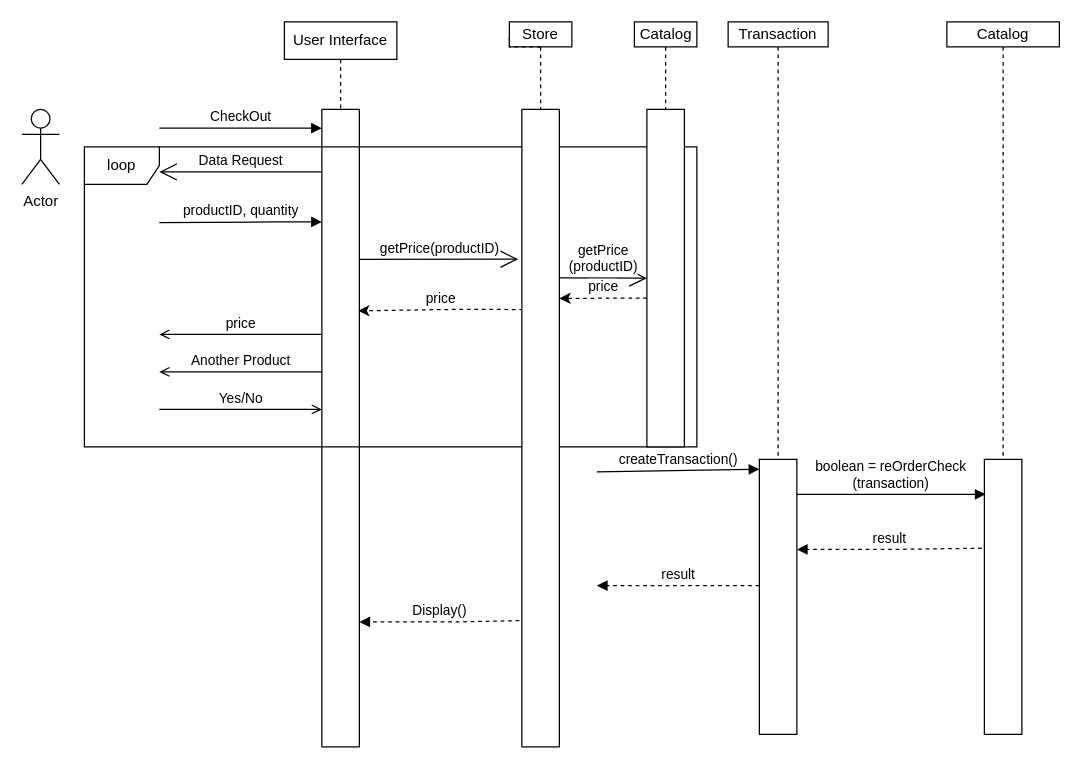
This is Doc/Sequence Diagrams/Diagram 4.drawio from vinnyyo/GroupProject1, a draw.io file, before an edit. Source tidied: cells renumbered, new cells numbered last; positions are measured from the earlier drawing's top-left corner, leaving out a move shared by most shapes. Both pictures are drawn from the tidied source at 125%, with x=0, y=0 at pixel (21, 21).
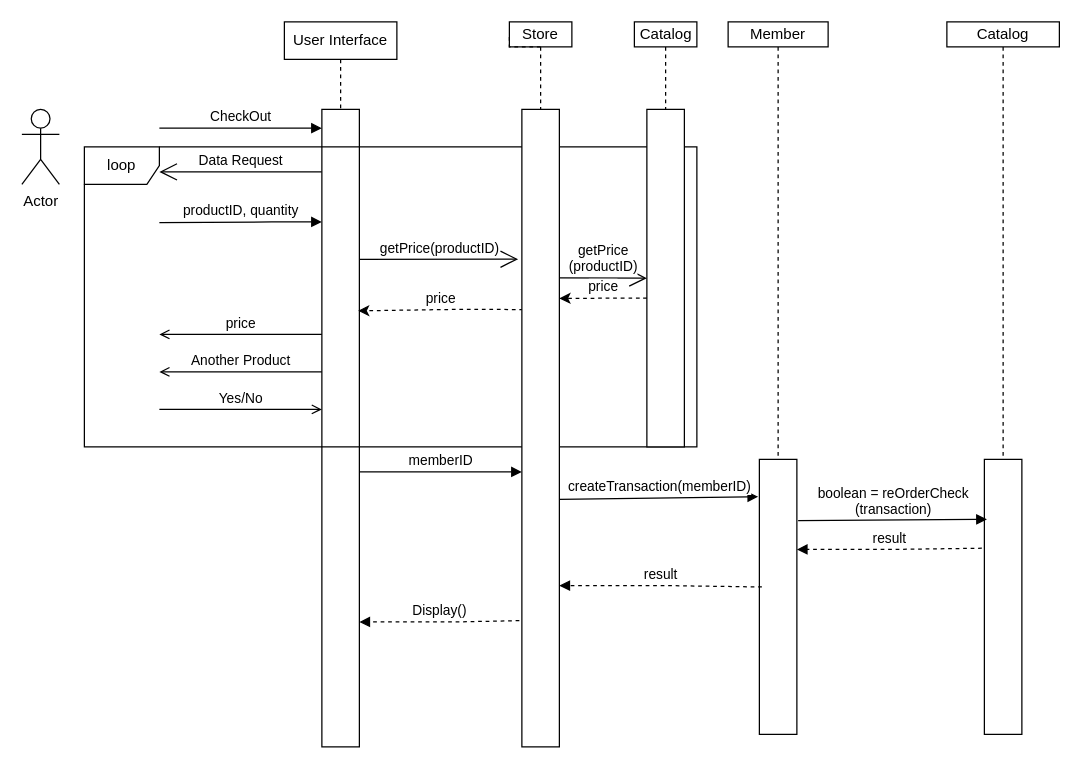
After the change.

Unchanged cells that the change refers to:
```xml
<mxCell id="20" style="rounded=0;whiteSpace=wrap;html=1;" parent="1" vertex="1">
  <mxGeometry x="590" y="350" width="30" height="220" as="geometry" />
</mxCell>
<mxCell id="24" style="rounded=0;whiteSpace=wrap;html=1;strokeWidth=1;gradientColor=none;" parent="1" vertex="1">
  <mxGeometry x="770" y="350" width="30" height="220" as="geometry" />
</mxCell>
```

The edit, as a diff of the source:
```diff
@@
-    <mxCell id="9" value="Transaction" style="rounded=0;whiteSpace=wrap;html=1;" parent="1" vertex="1">
+    <mxCell id="9" value="Member" style="rounded=0;whiteSpace=wrap;html=1;" parent="1" vertex="1">
       <mxGeometry x="565" width="80" height="20" as="geometry" />
     </mxCell>
@@
-    <mxCell id="19" value="createTransaction()" style="html=1;verticalAlign=bottom;startArrow=none;endArrow=block;startSize=8;startFill=0;entryX=0;entryY=0.036;entryDx=0;entryDy=0;entryPerimeter=0;" parent="1" edge="1" target="20">
+    <mxCell id="19" value="createTransaction(memberID)" style="html=1;verticalAlign=bottom;startArrow=none;endArrow=block;startSize=8;startFill=0;entryX=-0.033;entryY=0.136;entryDx=0;entryDy=0;entryPerimeter=0;" parent="1" edge="1" target="20">
       <mxGeometry relative="1" as="geometry">
-        <mxPoint x="460" y="360" as="sourcePoint" />
+        <mxPoint x="430" y="382" as="sourcePoint" />
         <Array as="points">
-          <mxPoint x="460" y="360" />
+          <mxPoint x="430" y="382" />
         </Array>
       </mxGeometry>
     </mxCell>
@@
-    <mxCell id="25" value="boolean = reOrderCheck&lt;br&gt;(transaction)" style="html=1;verticalAlign=bottom;startArrow=none;endArrow=block;startSize=8;startFill=0;entryX=0.033;entryY=0.127;entryDx=0;entryDy=0;entryPerimeter=0;" parent="1" edge="1" target="24">
-      <mxGeometry relative="1" as="geometry">
-        <mxPoint x="620" y="378" as="sourcePoint" />
-      </mxGeometry>
+    <mxCell id="25" value="boolean = reOrderCheck&lt;br&gt;(transaction)" style="html=1;verticalAlign=bottom;startArrow=none;endArrow=block;startSize=8;startFill=0;exitX=1.033;exitY=0.223;exitDx=0;exitDy=0;exitPerimeter=0;entryX=0.067;entryY=0.218;entryDx=0;entryDy=0;entryPerimeter=0;" parent="1" edge="1" source="20" target="24">
+      <mxGeometry relative="1" as="geometry" />
     </mxCell>
@@
-    <mxCell id="27" value="result" style="html=1;verticalAlign=bottom;startArrow=none;endArrow=block;startSize=8;startFill=0;entryX=0;entryY=0.036;entryDx=0;entryDy=0;entryPerimeter=0;dashed=1;" parent="1" edge="1">
+    <mxCell id="27" value="result" style="html=1;verticalAlign=bottom;startArrow=none;endArrow=block;startSize=8;startFill=0;entryX=0;entryY=0.036;entryDx=0;entryDy=0;entryPerimeter=0;dashed=1;exitX=0.067;exitY=0.464;exitDx=0;exitDy=0;exitPerimeter=0;" parent="1" edge="1" source="20">
       <mxGeometry relative="1" as="geometry">
-        <mxPoint x="590" y="451" as="sourcePoint" />
-        <mxPoint x="460" y="451" as="targetPoint" />
+        <mxPoint x="430" y="451" as="targetPoint" />
         <Array as="points">
-          <mxPoint x="540" y="450.9" />
-          <mxPoint x="460" y="451" />
+          <mxPoint x="510" y="450.9" />
+          <mxPoint x="430" y="451" />
         </Array>
       </mxGeometry>
     </mxCell>
@@
+    <mxCell id="37" value="memberID" style="html=1;verticalAlign=bottom;startArrow=none;endArrow=block;startSize=8;startFill=0;" parent="1" edge="1">
+      <mxGeometry relative="1" as="geometry">
+        <mxPoint x="270" y="360" as="sourcePoint" />
+        <mxPoint x="400" y="360" as="targetPoint" />
+        <Array as="points">
+          <mxPoint x="270" y="360" />
+        </Array>
+      </mxGeometry>
+    </mxCell>
```
